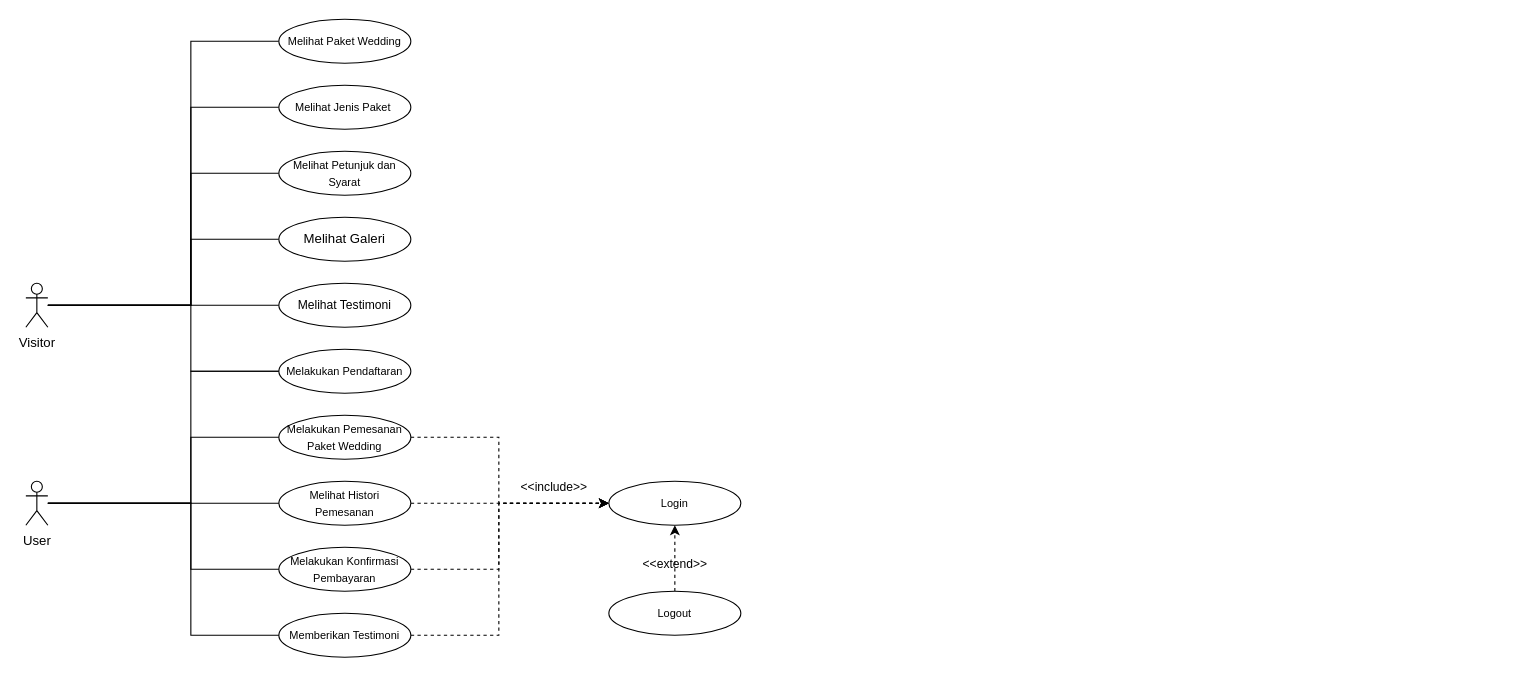
Before: Use Case Diagram User.drawio in wepro-v/asset, a draw.io diagram. Source tidied: cells renumbered, new cells numbered last; positions are measured from the earlier drawing's top-left corner, leaving out a move shared by most shapes. Both pictures are drawn from the tidied source at 110%, with x=0, y=0 at pixel (25, 19).
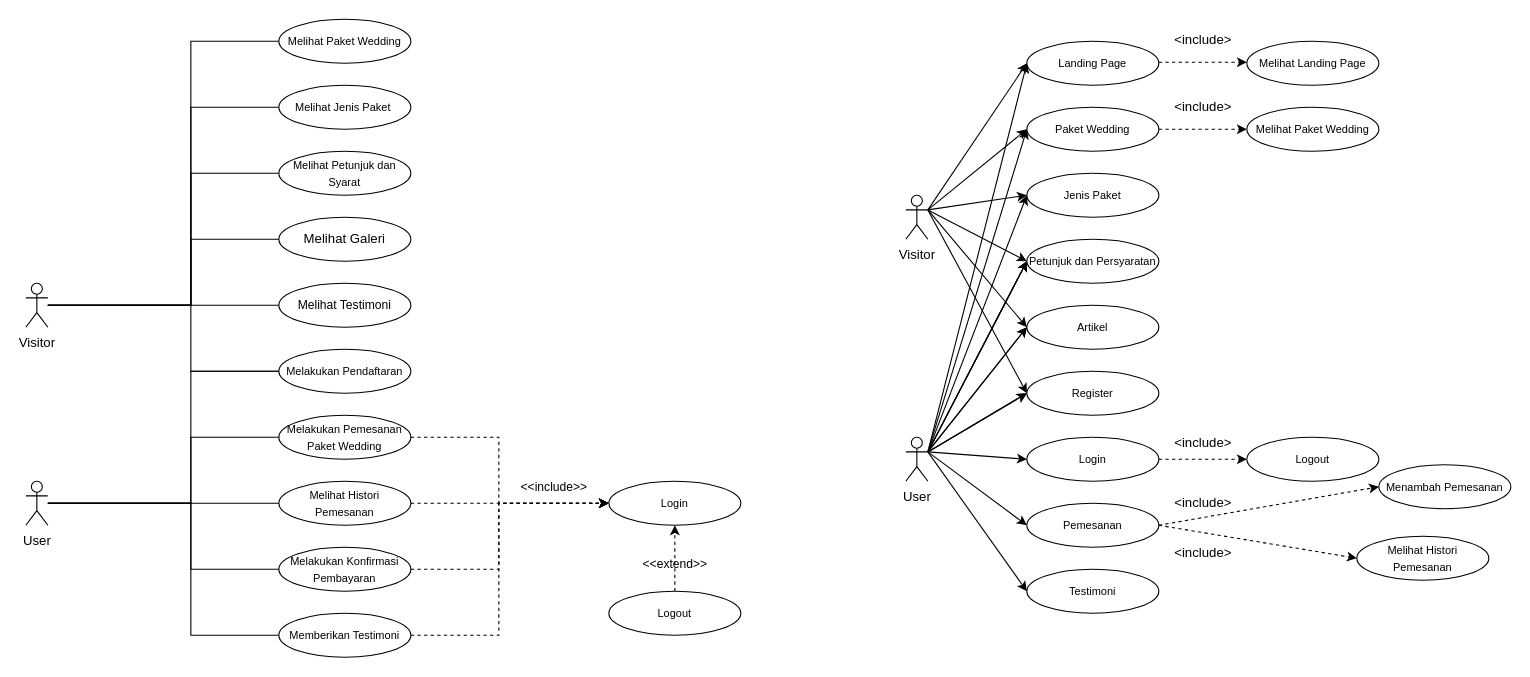
The same page after the edit.

Change to the diagram source:
```diff
@@
+    <mxCell id="34" value="User" style="shape=umlActor;verticalLabelPosition=bottom;verticalAlign=top;html=1;" parent="1" vertex="1">
+      <mxGeometry x="800" y="380" width="20" height="40" as="geometry" />
+    </mxCell>
+    <mxCell id="35" value="&lt;font style=&quot;font-size: 10px;&quot;&gt;Landing Page&lt;/font&gt;" style="ellipse;whiteSpace=wrap;html=1;" parent="1" vertex="1">
+      <mxGeometry x="910" y="20" width="120" height="40" as="geometry" />
+    </mxCell>
+    <mxCell id="36" value="&lt;font style=&quot;font-size: 10px;&quot;&gt;Paket Wedding&lt;/font&gt;" style="ellipse;whiteSpace=wrap;html=1;" parent="1" vertex="1">
+      <mxGeometry x="910" y="80" width="120" height="40" as="geometry" />
+    </mxCell>
+    <mxCell id="37" value="&lt;font style=&quot;font-size: 10px;&quot;&gt;Jenis Paket&lt;/font&gt;" style="ellipse;whiteSpace=wrap;html=1;" parent="1" vertex="1">
+      <mxGeometry x="910" y="140" width="120" height="40" as="geometry" />
+    </mxCell>
+    <mxCell id="38" value="&lt;font style=&quot;font-size: 10px;&quot;&gt;Pemesanan&lt;/font&gt;" style="ellipse;whiteSpace=wrap;html=1;" parent="1" vertex="1">
+      <mxGeometry x="910" y="440" width="120" height="40" as="geometry" />
+    </mxCell>
+    <mxCell id="39" value="&lt;font style=&quot;font-size: 10px;&quot;&gt;Petunjuk dan Persyaratan&lt;/font&gt;" style="ellipse;whiteSpace=wrap;html=1;" parent="1" vertex="1">
+      <mxGeometry x="910" y="200" width="120" height="40" as="geometry" />
+    </mxCell>
+    <mxCell id="40" value="&lt;font style=&quot;font-size: 10px;&quot;&gt;Register&lt;/font&gt;" style="ellipse;whiteSpace=wrap;html=1;" parent="1" vertex="1">
+      <mxGeometry x="910" y="320" width="120" height="40" as="geometry" />
+    </mxCell>
+    <mxCell id="41" value="&lt;font style=&quot;font-size: 10px;&quot;&gt;Login&lt;/font&gt;" style="ellipse;whiteSpace=wrap;html=1;" parent="1" vertex="1">
+      <mxGeometry x="910" y="380" width="120" height="40" as="geometry" />
+    </mxCell>
+    <mxCell id="42" value="Visitor" style="shape=umlActor;verticalLabelPosition=bottom;verticalAlign=top;html=1;" parent="1" vertex="1">
+      <mxGeometry x="800" y="160" width="20" height="40" as="geometry" />
+    </mxCell>
+    <mxCell id="43" style="endArrow=classic;html=1;rounded=0;exitX=1;exitY=0.3333333333333333;exitDx=0;exitDy=0;exitPerimeter=0;entryX=0;entryY=0.5;entryDx=0;entryDy=0;" parent="1" edge="1" source="42" target="35">
+      <mxGeometry relative="1" as="geometry" />
+    </mxCell>
+    <mxCell id="44" style="endArrow=classic;html=1;rounded=0;entryX=0;entryY=0.5;entryDx=0;entryDy=0;exitX=1;exitY=0.3333333333333333;exitDx=0;exitDy=0;exitPerimeter=0;" parent="1" edge="1" source="42" target="36">
+      <mxGeometry relative="1" as="geometry" />
+    </mxCell>
+    <mxCell id="45" style="endArrow=classic;html=1;rounded=0;entryX=0;entryY=0.5;entryDx=0;entryDy=0;exitX=1;exitY=0.3333333333333333;exitDx=0;exitDy=0;exitPerimeter=0;" parent="1" edge="1" source="42" target="37">
+      <mxGeometry relative="1" as="geometry" />
+    </mxCell>
+    <mxCell id="46" style="endArrow=classic;html=1;rounded=0;exitX=1;exitY=0.3333333333333333;exitDx=0;exitDy=0;exitPerimeter=0;entryX=0;entryY=0.5;entryDx=0;entryDy=0;" parent="1" edge="1" source="42" target="39">
+      <mxGeometry relative="1" as="geometry" />
+    </mxCell>
+    <mxCell id="47" style="endArrow=classic;html=1;rounded=0;exitX=1;exitY=0.3333333333333333;exitDx=0;exitDy=0;exitPerimeter=0;entryX=0;entryY=0.5;entryDx=0;entryDy=0;" parent="1" edge="1" source="42" target="40">
+      <mxGeometry relative="1" as="geometry" />
+    </mxCell>
+    <mxCell id="48" value="&lt;font style=&quot;font-size: 10px;&quot;&gt;Artikel&lt;/font&gt;" style="ellipse;whiteSpace=wrap;html=1;" parent="1" vertex="1">
+      <mxGeometry x="910" y="260" width="120" height="40" as="geometry" />
+    </mxCell>
+    <mxCell id="49" style="endArrow=classic;html=1;rounded=0;entryX=0;entryY=0.5;entryDx=0;entryDy=0;exitX=1;exitY=0.3333333333333333;exitDx=0;exitDy=0;exitPerimeter=0;" parent="1" edge="1" source="42" target="48">
+      <mxGeometry relative="1" as="geometry" />
+    </mxCell>
+    <mxCell id="50" value="&lt;font style=&quot;font-size: 10px;&quot;&gt;Testimoni&lt;/font&gt;" style="ellipse;whiteSpace=wrap;html=1;" parent="1" vertex="1">
+      <mxGeometry x="910" y="500" width="120" height="40" as="geometry" />
+    </mxCell>
+    <mxCell id="51" style="endArrow=classic;html=1;rounded=0;entryX=0;entryY=0.5;entryDx=0;entryDy=0;exitX=1;exitY=0.3333333333333333;exitDx=0;exitDy=0;exitPerimeter=0;" parent="1" edge="1" source="34" target="38">
+      <mxGeometry relative="1" as="geometry" />
+    </mxCell>
+    <mxCell id="52" style="endArrow=classic;html=1;rounded=0;entryX=0;entryY=0.5;entryDx=0;entryDy=0;exitX=1;exitY=0.3333333333333333;exitDx=0;exitDy=0;exitPerimeter=0;" parent="1" edge="1" source="34" target="50">
+      <mxGeometry relative="1" as="geometry" />
+    </mxCell>
+    <mxCell id="53" style="endArrow=classic;html=1;rounded=0;entryX=0;entryY=0.5;entryDx=0;entryDy=0;exitX=1;exitY=0.3333333333333333;exitDx=0;exitDy=0;exitPerimeter=0;" parent="1" edge="1" source="34" target="41">
+      <mxGeometry relative="1" as="geometry" />
+    </mxCell>
+    <mxCell id="54" style="endArrow=classic;html=1;rounded=0;entryX=0;entryY=0.5;entryDx=0;entryDy=0;exitX=1;exitY=0.3333333333333333;exitDx=0;exitDy=0;exitPerimeter=0;" parent="1" edge="1" source="34" target="35">
+      <mxGeometry relative="1" as="geometry" />
+    </mxCell>
+    <mxCell id="55" style="endArrow=classic;html=1;rounded=0;entryX=0;entryY=0.5;entryDx=0;entryDy=0;exitX=1;exitY=0.3333333333333333;exitDx=0;exitDy=0;exitPerimeter=0;" parent="1" edge="1" source="34" target="36">
+      <mxGeometry relative="1" as="geometry" />
+    </mxCell>
+    <mxCell id="56" style="endArrow=classic;html=1;rounded=0;entryX=0;entryY=0.5;entryDx=0;entryDy=0;exitX=1;exitY=0.3333333333333333;exitDx=0;exitDy=0;exitPerimeter=0;" parent="1" edge="1" source="34" target="37">
+      <mxGeometry relative="1" as="geometry" />
+    </mxCell>
+    <mxCell id="57" style="endArrow=classic;html=1;rounded=0;entryX=0;entryY=0.5;entryDx=0;entryDy=0;exitX=1;exitY=0.3333333333333333;exitDx=0;exitDy=0;exitPerimeter=0;" parent="1" edge="1" source="34" target="39">
+      <mxGeometry relative="1" as="geometry" />
+    </mxCell>
+    <mxCell id="58" style="endArrow=classic;html=1;rounded=0;entryX=0;entryY=0.5;entryDx=0;entryDy=0;exitX=1;exitY=0.3333333333333333;exitDx=0;exitDy=0;exitPerimeter=0;" parent="1" edge="1" source="34" target="40">
+      <mxGeometry relative="1" as="geometry" />
+    </mxCell>
+    <mxCell id="59" style="endArrow=classic;html=1;rounded=0;entryX=0;entryY=0.5;entryDx=0;entryDy=0;exitX=1;exitY=0.3333333333333333;exitDx=0;exitDy=0;exitPerimeter=0;" parent="1" edge="1" source="34" target="48">
+      <mxGeometry relative="1" as="geometry" />
+    </mxCell>
+    <mxCell id="60" style="endArrow=classic;html=1;rounded=0;entryX=0;entryY=0.5;entryDx=0;entryDy=0;exitX=1;exitY=0.3333333333333333;exitDx=0;exitDy=0;exitPerimeter=0;" parent="1" edge="1" source="34">
+      <mxGeometry relative="1" as="geometry">
+        <mxPoint x="910" y="340" as="targetPoint" />
+      </mxGeometry>
+    </mxCell>
+    <mxCell id="61" style="endArrow=classic;html=1;rounded=0;entryX=0;entryY=0.5;entryDx=0;entryDy=0;exitX=1;exitY=0.3333333333333333;exitDx=0;exitDy=0;exitPerimeter=0;" parent="1" edge="1" source="34">
+      <mxGeometry relative="1" as="geometry">
+        <mxPoint x="910" y="280" as="targetPoint" />
+      </mxGeometry>
+    </mxCell>
+    <mxCell id="62" style="endArrow=classic;html=1;rounded=0;entryX=0;entryY=0.5;entryDx=0;entryDy=0;exitX=1;exitY=0.3333333333333333;exitDx=0;exitDy=0;exitPerimeter=0;" parent="1" edge="1" source="34">
+      <mxGeometry relative="1" as="geometry">
+        <mxPoint x="910" y="220" as="targetPoint" />
+      </mxGeometry>
+    </mxCell>
+    <mxCell id="63" style="endArrow=classic;html=1;rounded=0;entryX=0;entryY=0.5;entryDx=0;entryDy=0;exitX=1;exitY=0.3333333333333333;exitDx=0;exitDy=0;exitPerimeter=0;" parent="1" edge="1" source="34">
+      <mxGeometry relative="1" as="geometry">
+        <mxPoint x="910" y="220" as="targetPoint" />
+      </mxGeometry>
+    </mxCell>
+    <mxCell id="64" value="&lt;font style=&quot;font-size: 10px;&quot;&gt;Melihat Landing Page&lt;/font&gt;" style="ellipse;whiteSpace=wrap;html=1;" parent="1" vertex="1">
+      <mxGeometry x="1110" y="20" width="120" height="40" as="geometry" />
+    </mxCell>
+    <mxCell id="65" value="&lt;font style=&quot;font-size: 10px;&quot;&gt;Melihat Paket Wedding&lt;/font&gt;" style="ellipse;whiteSpace=wrap;html=1;" parent="1" vertex="1">
+      <mxGeometry x="1110" y="80" width="120" height="40" as="geometry" />
+    </mxCell>
+    <mxCell id="66" value="&lt;font style=&quot;font-size: 10px;&quot;&gt;Logout&lt;/font&gt;" style="ellipse;whiteSpace=wrap;html=1;" parent="1" vertex="1">
+      <mxGeometry x="1110" y="380" width="120" height="40" as="geometry" />
+    </mxCell>
+    <mxCell id="67" value="&lt;font style=&quot;font-size: 10px;&quot;&gt;Menambah Pemesanan&lt;/font&gt;" style="ellipse;whiteSpace=wrap;html=1;" parent="1" vertex="1">
+      <mxGeometry x="1230" y="405" width="120" height="40" as="geometry" />
+    </mxCell>
+    <mxCell id="68" value="&lt;font style=&quot;font-size: 10px;&quot;&gt;Melihat Histori Pemesanan&lt;/font&gt;" style="ellipse;whiteSpace=wrap;html=1;" parent="1" vertex="1">
+      <mxGeometry x="1210" y="470" width="120" height="40" as="geometry" />
+    </mxCell>
+    <mxCell id="69" style="endArrow=classic;html=1;rounded=0;entryX=0;entryY=0.5;entryDx=0;entryDy=0;exitX=1;exitY=0.5;exitDx=0;exitDy=0;dashed=1;" parent="1" edge="1" source="38" target="67">
+      <mxGeometry relative="1" as="geometry" />
+    </mxCell>
+    <mxCell id="70" style="endArrow=classic;html=1;rounded=0;entryX=0;entryY=0.5;entryDx=0;entryDy=0;exitX=1;exitY=0.5;exitDx=0;exitDy=0;dashed=1;" parent="1" edge="1" source="38" target="68">
+      <mxGeometry relative="1" as="geometry" />
+    </mxCell>
+    <mxCell id="71" value="&amp;lt;include&amp;gt;" style="text;html=1;align=center;verticalAlign=middle;strokeColor=none;fillColor=none;" parent="1" vertex="1">
+      <mxGeometry x="1030" y="425" width="80" height="30" as="geometry" />
+    </mxCell>
+    <mxCell id="72" value="&amp;lt;include&amp;gt;" style="text;html=1;align=center;verticalAlign=middle;strokeColor=none;fillColor=none;" parent="1" vertex="1">
+      <mxGeometry x="1030" y="470" width="80" height="30" as="geometry" />
+    </mxCell>
+    <mxCell id="73" style="endArrow=classic;html=1;rounded=0;entryX=0;entryY=0.5;entryDx=0;entryDy=0;exitX=1;exitY=0.5;exitDx=0;exitDy=0;dashed=1;" parent="1" edge="1" source="41" target="66">
+      <mxGeometry relative="1" as="geometry" />
+    </mxCell>
+    <mxCell id="74" value="&amp;lt;include&amp;gt;" style="text;html=1;align=center;verticalAlign=middle;strokeColor=none;fillColor=none;" parent="1" vertex="1">
+      <mxGeometry x="1030" y="370" width="80" height="30" as="geometry" />
+    </mxCell>
+    <mxCell id="75" style="endArrow=classic;html=1;rounded=0;entryX=0;entryY=0.5;entryDx=0;entryDy=0;exitX=1;exitY=0.5;exitDx=0;exitDy=0;dashed=1;" parent="1" edge="1" target="65">
+      <mxGeometry relative="1" as="geometry">
+        <mxPoint x="1030" y="100" as="sourcePoint" />
+      </mxGeometry>
+    </mxCell>
+    <mxCell id="76" value="&amp;lt;include&amp;gt;" style="text;html=1;align=center;verticalAlign=middle;strokeColor=none;fillColor=none;" parent="1" vertex="1">
+      <mxGeometry x="1030" y="65" width="80" height="30" as="geometry" />
+    </mxCell>
+    <mxCell id="77" style="endArrow=classic;html=1;rounded=0;entryX=0;entryY=0.5;entryDx=0;entryDy=0;exitX=1;exitY=0.5;exitDx=0;exitDy=0;dashed=1;" parent="1" edge="1">
+      <mxGeometry relative="1" as="geometry">
+        <mxPoint x="1030" y="39.1" as="sourcePoint" />
+        <mxPoint x="1110" y="39.1" as="targetPoint" />
+      </mxGeometry>
+    </mxCell>
+    <mxCell id="78" value="&amp;lt;include&amp;gt;" style="text;html=1;align=center;verticalAlign=middle;strokeColor=none;fillColor=none;" parent="1" vertex="1">
+      <mxGeometry x="1030" y="4.1" width="80" height="30" as="geometry" />
+    </mxCell>
```
